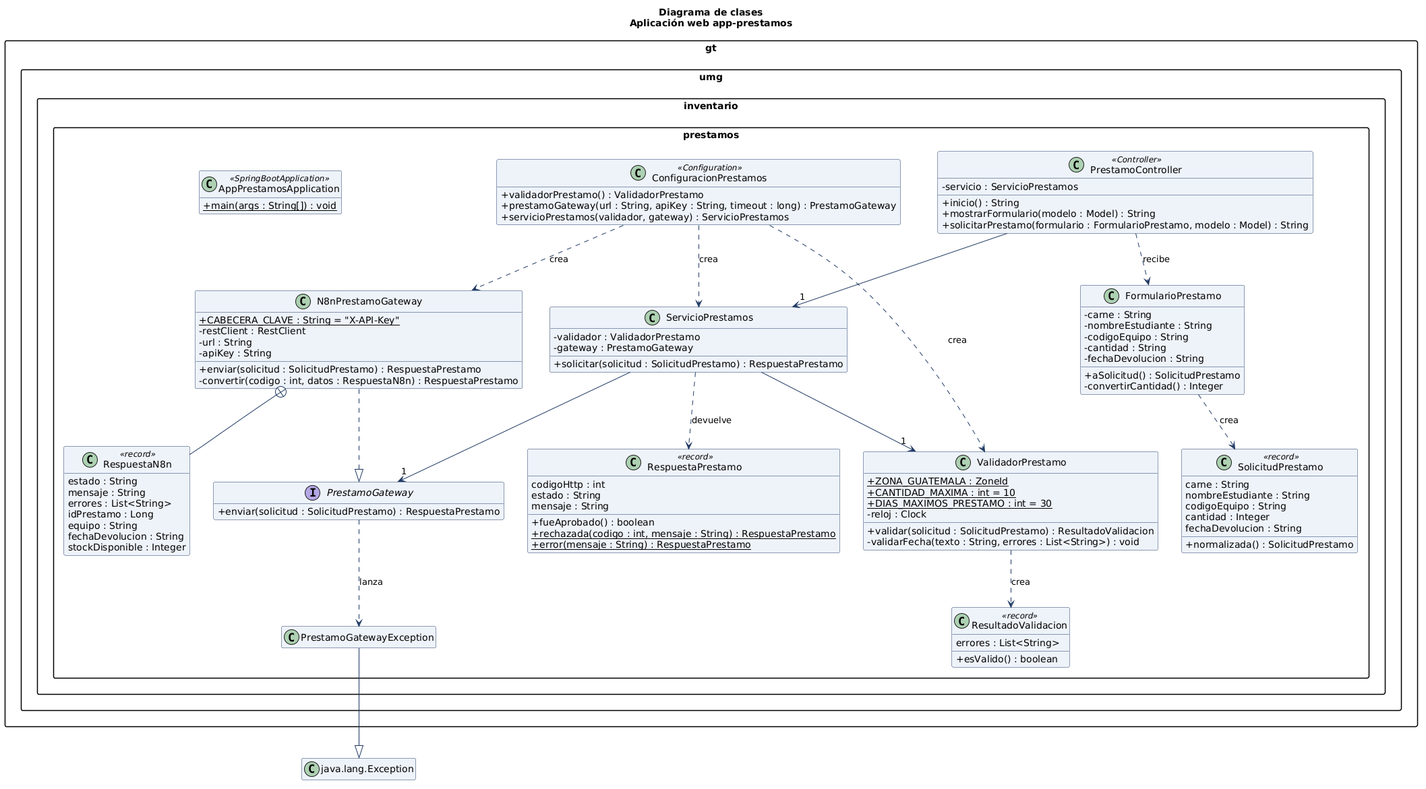
Above: docs/uml/04_clases.png in kathyjaganx/proyecto-final-as2-inventario (PlantUML), before the change. The source it was exported from:
```plantuml
@startuml
skinparam shadowing false
skinparam classAttributeIconSize 0
skinparam ClassBackgroundColor #EEF3FA
skinparam ClassBorderColor #1F3864
skinparam ArrowColor #1F3864
skinparam packageStyle rectangle
hide empty members
title Diagrama de clases\nAplicación web app-prestamos

package "gt.umg.inventario.prestamos" {

  class AppPrestamosApplication <<SpringBootApplication>> {
    + {static} main(args : String[]) : void
  }

  class ConfiguracionPrestamos <<Configuration>> {
    + validadorPrestamo() : ValidadorPrestamo
    + prestamoGateway(url : String, apiKey : String, timeout : long) : PrestamoGateway
    + servicioPrestamos(validador, gateway) : ServicioPrestamos
  }

  class PrestamoController <<Controller>> {
    - servicio : ServicioPrestamos
    + inicio() : String
    + mostrarFormulario(modelo : Model) : String
    + solicitarPrestamo(formulario : FormularioPrestamo, modelo : Model) : String
  }

  class FormularioPrestamo {
    - carne : String
    - nombreEstudiante : String
    - codigoEquipo : String
    - cantidad : String
    - fechaDevolucion : String
    + aSolicitud() : SolicitudPrestamo
    - convertirCantidad() : Integer
  }

  class ServicioPrestamos {
    - validador : ValidadorPrestamo
    - gateway : PrestamoGateway
    + solicitar(solicitud : SolicitudPrestamo) : RespuestaPrestamo
  }

  class ValidadorPrestamo {
    + {static} ZONA_GUATEMALA : ZoneId
    + {static} CANTIDAD_MAXIMA : int = 10
    + {static} DIAS_MAXIMOS_PRESTAMO : int = 30
    - reloj : Clock
    + validar(solicitud : SolicitudPrestamo) : ResultadoValidacion
    - validarFecha(texto : String, errores : List<String>) : void
  }

  interface PrestamoGateway {
    + enviar(solicitud : SolicitudPrestamo) : RespuestaPrestamo
  }

  class N8nPrestamoGateway {
    + {static} CABECERA_CLAVE : String = "X-API-Key"
    - restClient : RestClient
    - url : String
    - apiKey : String
    + enviar(solicitud : SolicitudPrestamo) : RespuestaPrestamo
    - convertir(codigo : int, datos : RespuestaN8n) : RespuestaPrestamo
  }

  class RespuestaN8n <<record>> {
    estado : String
    mensaje : String
    errores : List<String>
    idPrestamo : Long
    equipo : String
    fechaDevolucion : String
    stockDisponible : Integer
  }

  class SolicitudPrestamo <<record>> {
    carne : String
    nombreEstudiante : String
    codigoEquipo : String
    cantidad : Integer
    fechaDevolucion : String
    + normalizada() : SolicitudPrestamo
  }

  class ResultadoValidacion <<record>> {
    errores : List<String>
    + esValido() : boolean
  }

  class RespuestaPrestamo <<record>> {
    codigoHttp : int
    estado : String
    mensaje : String
    + fueAprobado() : boolean
    + {static} rechazada(codigo : int, mensaje : String) : RespuestaPrestamo
    + {static} error(mensaje : String) : RespuestaPrestamo
  }

  class PrestamoGatewayException {
  }
}

class "java.lang.Exception" as Exception

N8nPrestamoGateway ..|> PrestamoGateway
PrestamoGatewayException --|> Exception

PrestamoController --> "1" ServicioPrestamos
ServicioPrestamos --> "1" ValidadorPrestamo
ServicioPrestamos --> "1" PrestamoGateway

N8nPrestamoGateway +-- RespuestaN8n

PrestamoController ..> FormularioPrestamo : recibe
FormularioPrestamo ..> SolicitudPrestamo : crea
ValidadorPrestamo ..> ResultadoValidacion : crea
ServicioPrestamos ..> RespuestaPrestamo : devuelve
PrestamoGateway ..> PrestamoGatewayException : lanza
ConfiguracionPrestamos ..> ServicioPrestamos : crea
ConfiguracionPrestamos ..> N8nPrestamoGateway : crea
ConfiguracionPrestamos ..> ValidadorPrestamo : crea
@enduml
```
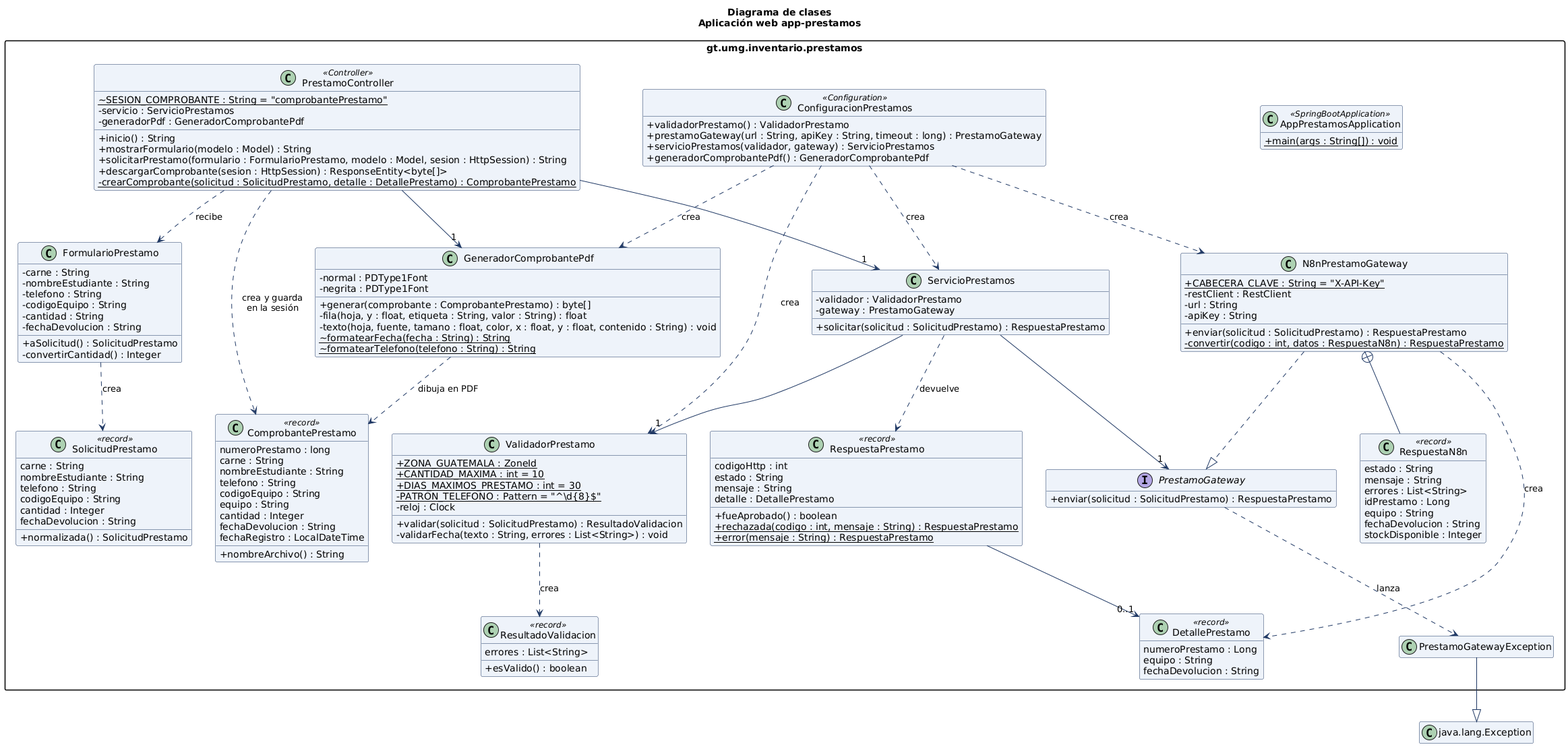
Above is the later version.

Commit message:
v1.4.1 - README y diagramas UML con teléfono, comprobante PDF y Docker

Change to the diagram source:
```diff
@@ -1,4 +1,5 @@
-@startuml
+@startuml clases
+set separator none
 skinparam shadowing false
 skinparam classAttributeIconSize 0
 skinparam ClassBackgroundColor #EEF3FA
@@ -18,18 +19,24 @@
     + validadorPrestamo() : ValidadorPrestamo
     + prestamoGateway(url : String, apiKey : String, timeout : long) : PrestamoGateway
     + servicioPrestamos(validador, gateway) : ServicioPrestamos
+    + generadorComprobantePdf() : GeneradorComprobantePdf
   }
 
   class PrestamoController <<Controller>> {
+    ~ {static} SESION_COMPROBANTE : String = "comprobantePrestamo"
     - servicio : ServicioPrestamos
+    - generadorPdf : GeneradorComprobantePdf
     + inicio() : String
     + mostrarFormulario(modelo : Model) : String
-    + solicitarPrestamo(formulario : FormularioPrestamo, modelo : Model) : String
+    + solicitarPrestamo(formulario : FormularioPrestamo, modelo : Model, sesion : HttpSession) : String
+    + descargarComprobante(sesion : HttpSession) : ResponseEntity<byte[]>
+    - {static} crearComprobante(solicitud : SolicitudPrestamo, detalle : DetallePrestamo) : ComprobantePrestamo
   }
 
   class FormularioPrestamo {
     - carne : String
     - nombreEstudiante : String
+    - telefono : String
     - codigoEquipo : String
     - cantidad : String
     - fechaDevolucion : String
@@ -47,6 +54,7 @@
     + {static} ZONA_GUATEMALA : ZoneId
     + {static} CANTIDAD_MAXIMA : int = 10
     + {static} DIAS_MAXIMOS_PRESTAMO : int = 30
+    - {static} PATRON_TELEFONO : Pattern = "^\\d{8}$"
     - reloj : Clock
     + validar(solicitud : SolicitudPrestamo) : ResultadoValidacion
     - validarFecha(texto : String, errores : List<String>) : void
@@ -62,7 +70,7 @@
     - url : String
     - apiKey : String
     + enviar(solicitud : SolicitudPrestamo) : RespuestaPrestamo
-    - convertir(codigo : int, datos : RespuestaN8n) : RespuestaPrestamo
+    - {static} convertir(codigo : int, datos : RespuestaN8n) : RespuestaPrestamo
   }
 
   class RespuestaN8n <<record>> {
@@ -75,9 +83,20 @@
     stockDisponible : Integer
   }
 
+  class GeneradorComprobantePdf {
+    - normal : PDType1Font
+    - negrita : PDType1Font
+    + generar(comprobante : ComprobantePrestamo) : byte[]
+    - fila(hoja, y : float, etiqueta : String, valor : String) : float
+    - texto(hoja, fuente, tamano : float, color, x : float, y : float, contenido : String) : void
+    ~ {static} formatearFecha(fecha : String) : String
+    ~ {static} formatearTelefono(telefono : String) : String
+  }
+
   class SolicitudPrestamo <<record>> {
     carne : String
     nombreEstudiante : String
+    telefono : String
     codigoEquipo : String
     cantidad : Integer
     fechaDevolucion : String
@@ -93,9 +112,29 @@
     codigoHttp : int
     estado : String
     mensaje : String
+    detalle : DetallePrestamo
     + fueAprobado() : boolean
     + {static} rechazada(codigo : int, mensaje : String) : RespuestaPrestamo
     + {static} error(mensaje : String) : RespuestaPrestamo
+  }
+
+  class DetallePrestamo <<record>> {
+    numeroPrestamo : Long
+    equipo : String
+    fechaDevolucion : String
+  }
+
+  class ComprobantePrestamo <<record>> {
+    numeroPrestamo : long
+    carne : String
+    nombreEstudiante : String
+    telefono : String
+    codigoEquipo : String
+    equipo : String
+    cantidad : Integer
+    fechaDevolucion : String
+    fechaRegistro : LocalDateTime
+    + nombreArchivo() : String
   }
 
   class PrestamoGatewayException {
@@ -108,17 +147,23 @@
 PrestamoGatewayException --|> Exception
 
 PrestamoController --> "1" ServicioPrestamos
+PrestamoController --> "1" GeneradorComprobantePdf
 ServicioPrestamos --> "1" ValidadorPrestamo
 ServicioPrestamos --> "1" PrestamoGateway
+RespuestaPrestamo --> "0..1" DetallePrestamo
 
 N8nPrestamoGateway +-- RespuestaN8n
 
 PrestamoController ..> FormularioPrestamo : recibe
+PrestamoController ..> ComprobantePrestamo : crea y guarda\nen la sesión
 FormularioPrestamo ..> SolicitudPrestamo : crea
 ValidadorPrestamo ..> ResultadoValidacion : crea
 ServicioPrestamos ..> RespuestaPrestamo : devuelve
+N8nPrestamoGateway ..> DetallePrestamo : crea
+GeneradorComprobantePdf ..> ComprobantePrestamo : dibuja en PDF
 PrestamoGateway ..> PrestamoGatewayException : lanza
 ConfiguracionPrestamos ..> ServicioPrestamos : crea
 ConfiguracionPrestamos ..> N8nPrestamoGateway : crea
 ConfiguracionPrestamos ..> ValidadorPrestamo : crea
+ConfiguracionPrestamos ..> GeneradorComprobantePdf : crea
 @enduml
```
